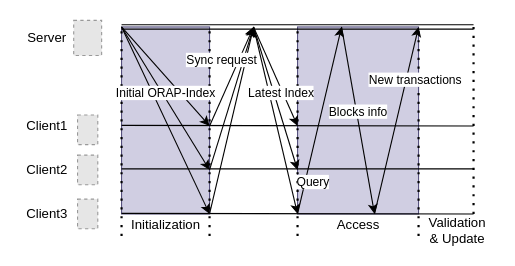
Above: Untitled Diagram.drawio in BowennCAI/Akabot1 (draw.io), before the change. Source tidied: cells renumbered, new cells numbered last; positions are measured from the earlier drawing's top-left corner, leaving out a move shared by most shapes. Both pictures are drawn from the tidied source at 110%, with x=0, y=0 at pixel (18, 20). Pictures stored in the file or linked from it are replaced by grey dashed boxes.
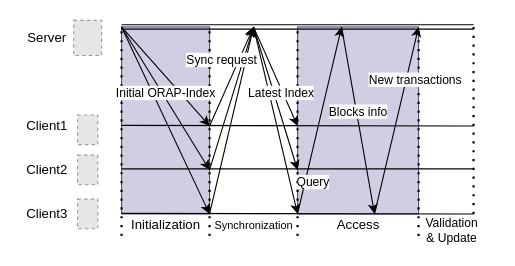
The same page after the edit.

Change to the diagram source:
```diff
@@
-    <mxCell id="41" value="&lt;div&gt;Validation &lt;br&gt;&lt;/div&gt;&lt;div&gt;&amp;amp; Update&lt;/div&gt;" style="text;html=1;align=center;verticalAlign=middle;strokeColor=none;fillColor=none;" parent="1" vertex="1">
-      <mxGeometry x="364" y="176" width="70" height="30" as="geometry" />
+    <mxCell id="41" value="&lt;div style=&quot;font-size: 11px&quot;&gt;Validation &lt;br&gt;&lt;/div&gt;&lt;div style=&quot;font-size: 11px&quot;&gt;&amp;amp; Update&lt;/div&gt;" style="text;html=1;align=center;verticalAlign=middle;strokeColor=none;fillColor=none;" parent="1" vertex="1">
+      <mxGeometry x="364" y="176" width="60" height="30" as="geometry" />
     </mxCell>
+    <mxCell id="42" value="&lt;font style=&quot;font-size: 10px&quot;&gt;Synchronization&lt;/font&gt;" style="text;html=1;align=center;verticalAlign=middle;strokeColor=none;fillColor=none;" parent="1" vertex="1">
+      <mxGeometry x="169" y="176" width="90" height="20" as="geometry" />
+    </mxCell>
```
